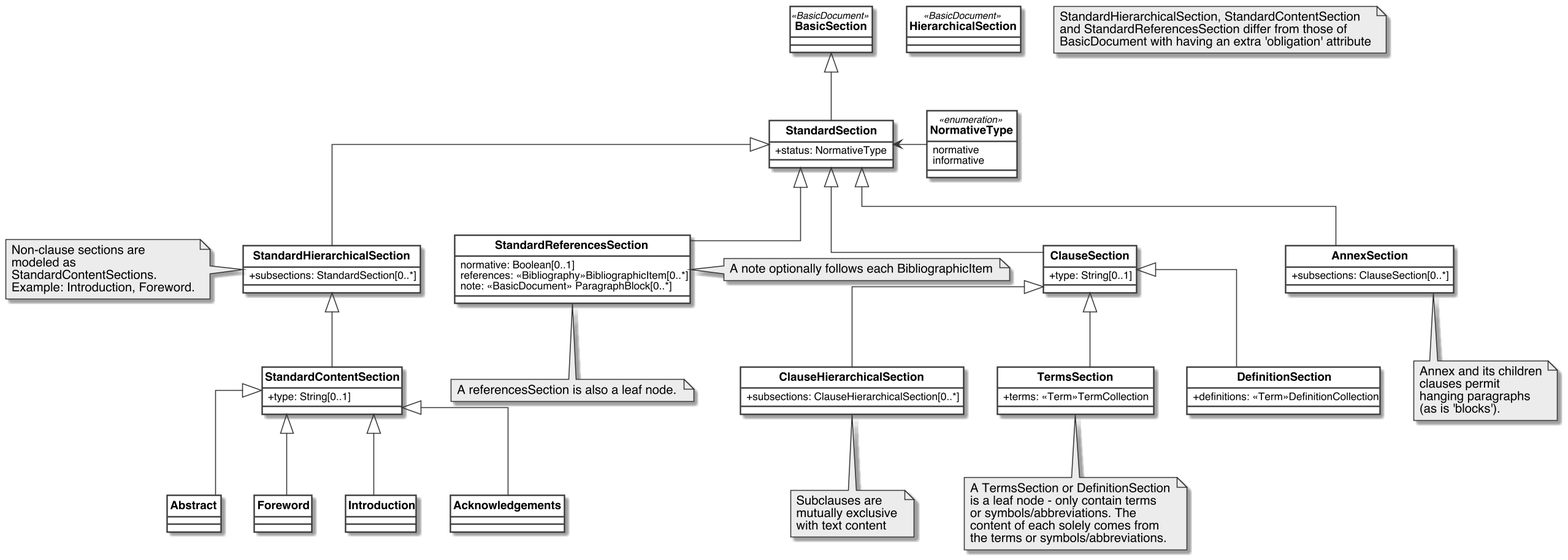
metanorma/standoc-models keeps this PlantUML diagram as standoc/images/StandardDoc_Sections.png. Above is the earlier version.
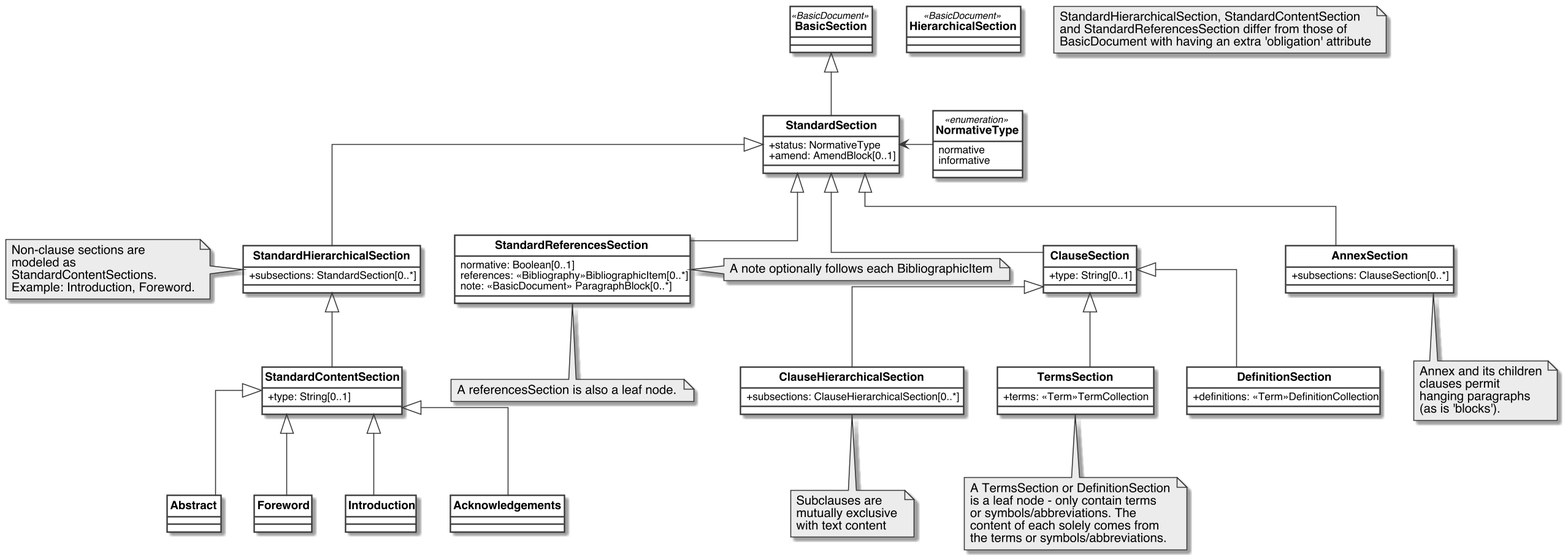
Later version of the same file.

Commit message:
amend block: https://github.com/metanorma/metanorma-standoc/issues/259

The edit, as a diff of the source:
```diff
@@ -40,6 +40,7 @@
 
 class StandardSection {
     +status: NormativeType
+    +amend: AmendBlock[0..1]
 }
 
 class StandardHierarchicalSection{
```
